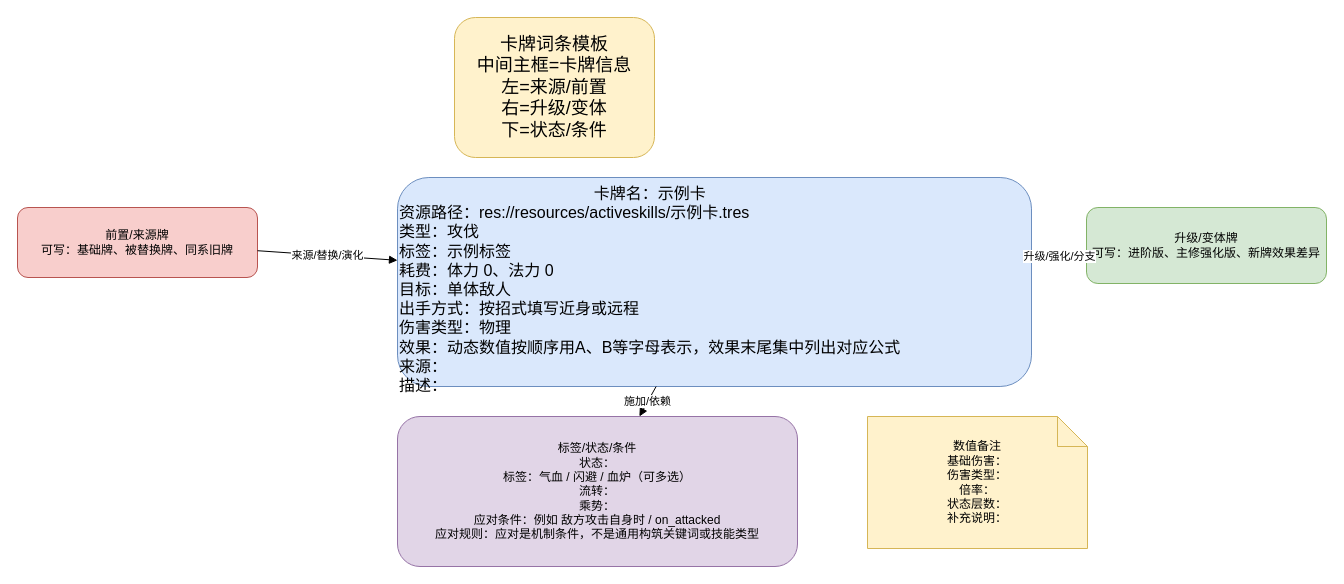
Earlier version of the draw.io diagram docs/卡牌词典/_卡牌模板.drawio (ankundanetracyc-spec/tian-guan-you-du). Source tidied: cells renumbered, new cells numbered last; positions are measured from the earlier drawing's top-left corner, leaving out a move shared by most shapes. Both pictures are drawn from the tidied source at 100%, with x=0, y=0 at pixel (17, 17).
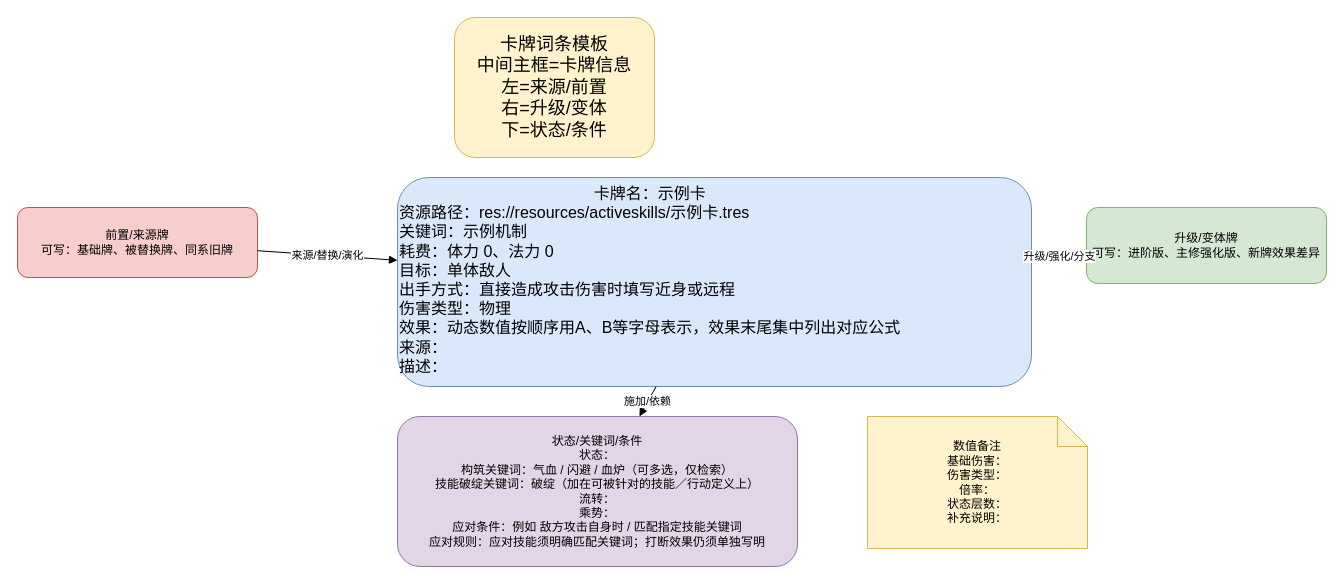
The same diagram, later.

Change to the diagram source:
```diff
@@
 <mxGraphModel>
   <root>
     <mxCell id="0" />
     <mxCell id="1" parent="0" />
     <mxCell id="2" value="卡牌词条模板&#10;中间主框=卡牌信息&#10;左=来源/前置&#10;右=升级/变体&#10;下=状态/条件" style="rounded=1;whiteSpace=wrap;html=1;fillColor=#fff2cc;strokeColor=#d6b656;fontSize=18;" parent="1" vertex="1">
       <mxGeometry x="437" width="200" height="140" as="geometry" />
     </mxCell>
-    <mxCell id="3" value="&lt;div style=&quot;text-align:center;&quot;&gt;卡牌名：示例卡&lt;/div&gt;&lt;div style=&quot;text-align:left;&quot;&gt;资源路径：res://resources/activeskills/示例卡.tres&lt;br&gt;类型：攻伐&lt;br&gt;标签：示例标签&lt;br&gt;耗费：体力 0、法力 0&lt;br&gt;目标：单体敌人&lt;br&gt;出手方式：按招式填写近身或远程&lt;br&gt;伤害类型：物理&lt;br&gt;效果：动态数值按顺序用A、B等字母表示，效果末尾集中列出对应公式&lt;br&gt;来源：&lt;br&gt;描述：&lt;/div&gt;" style="rounded=1;whiteSpace=wrap;html=1;fillColor=#dae8fc;strokeColor=#6c8ebf;fontSize=16;align=left;verticalAlign=top;" parent="1" vertex="1">
+    <mxCell id="3" value="&lt;div style=&quot;text-align:center;&quot;&gt;卡牌名：示例卡&lt;/div&gt;&lt;div style=&quot;text-align:left;&quot;&gt;资源路径：res://resources/activeskills/示例卡.tres&lt;br&gt;关键词：示例机制&lt;br&gt;耗费：体力 0、法力 0&lt;br&gt;目标：单体敌人&lt;br&gt;出手方式：直接造成攻击伤害时填写近身或远程&lt;br&gt;伤害类型：物理&lt;br&gt;效果：动态数值按顺序用A、B等字母表示，效果末尾集中列出对应公式&lt;br&gt;来源：&lt;br&gt;描述：&lt;/div&gt;" style="rounded=1;whiteSpace=wrap;html=1;fillColor=#dae8fc;strokeColor=#6c8ebf;fontSize=16;align=left;verticalAlign=top;" parent="1" vertex="1">
       <mxGeometry x="380" y="160" width="634" height="209" as="geometry" />
     </mxCell>
     <mxCell id="4" value="前置/来源牌&#10;可写：基础牌、被替换牌、同系旧牌" style="rounded=1;whiteSpace=wrap;html=1;fillColor=#f8cecc;strokeColor=#b85450;" parent="1" vertex="1">
       <mxGeometry y="190" width="240" height="70" as="geometry" />
     </mxCell>
     <mxCell id="5" value="升级/变体牌&#10;可写：进阶版、主修强化版、新牌效果差异" style="rounded=1;whiteSpace=wrap;html=1;fillColor=#d5e8d4;strokeColor=#82b366;" parent="1" vertex="1">
       <mxGeometry x="1069" y="190" width="240" height="76" as="geometry" />
     </mxCell>
-    <mxCell id="6" value="标签/状态/条件&#10;状态：&#10;标签：气血 / 闪避 / 血炉（可多选）&#10;流转：&#10;乘势：&#10;应对条件：例如 敌方攻击自身时 / on_attacked&#10;应对规则：应对是机制条件，不是通用构筑关键词或技能类型" style="rounded=1;whiteSpace=wrap;html=1;fillColor=#e1d5e7;strokeColor=#9673a6;" parent="1" vertex="1">
+    <mxCell id="6" value="状态/关键词/条件&#10;状态：&#10;构筑关键词：气血 / 闪避 / 血炉（可多选，仅检索）&#10;技能破绽关键词：破绽（加在可被针对的技能／行动定义上）&#10;流转：&#10;乘势：&#10;应对条件：例如 敌方攻击自身时 / 匹配指定技能关键词&#10;应对规则：应对技能须明确匹配关键词；打断效果仍须单独写明" style="rounded=1;whiteSpace=wrap;html=1;fillColor=#e1d5e7;strokeColor=#9673a6;" parent="1" vertex="1">
       <mxGeometry x="380" y="399" width="400" height="150" as="geometry" />
     </mxCell>
     <mxCell id="7" value="数值备注&#10;基础伤害：&#10;伤害类型：&#10;倍率：&#10;状态层数：&#10;补充说明：" style="shape=note;whiteSpace=wrap;html=1;fillColor=#fff2cc;strokeColor=#d6b656;" parent="1" vertex="1">
       <mxGeometry x="850" y="399" width="220" height="132" as="geometry" />
     </mxCell>
     <mxCell id="8" value="来源/替换/演化" style="endArrow=block;html=1;rounded=0;" parent="1" edge="1" source="4" target="3">
       <mxGeometry relative="1" as="geometry" />
     </mxCell>
     <mxCell id="9" value="升级/强化/分支" style="endArrow=block;html=1;rounded=0;" parent="1" edge="1" source="3" target="5">
       <mxGeometry relative="1" as="geometry" />
     </mxCell>
     <mxCell id="10" value="施加/依赖" style="endArrow=block;html=1;rounded=0;" parent="1" edge="1" source="3" target="6">
       <mxGeometry relative="1" as="geometry" />
     </mxCell>
   </root>
 </mxGraphModel>
```
